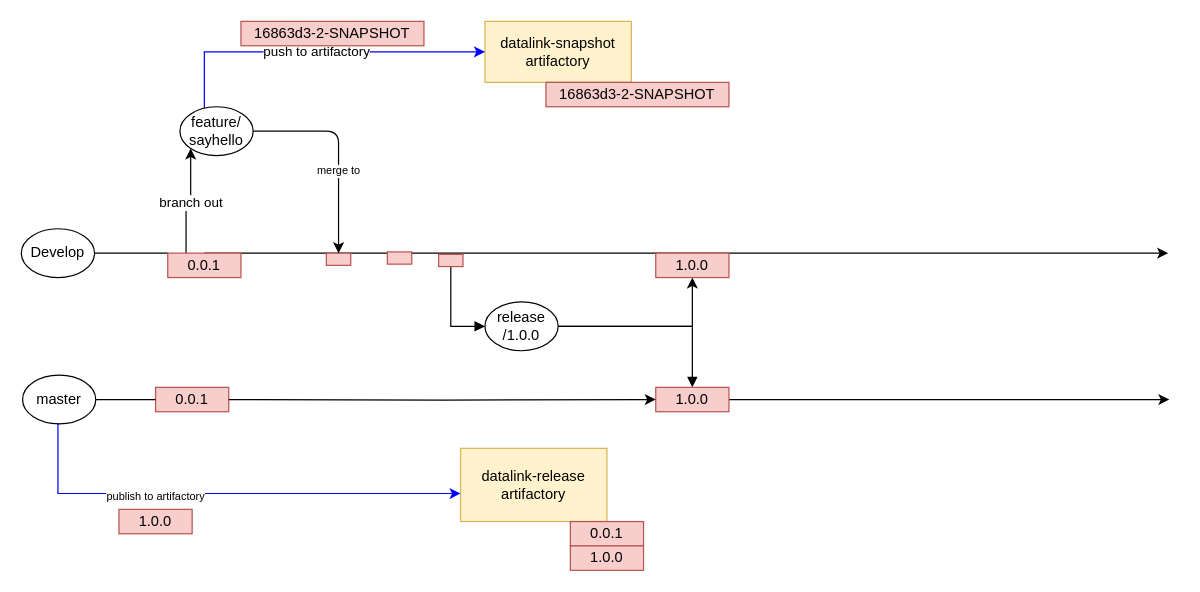
Above: SaaS-Test-Bdd-Datalink-Release.drawio in cjjian/Diagram (draw.io), before the change. Source tidied: cells renumbered, new cells numbered last; positions are measured from the earlier drawing's top-left corner, leaving out a move shared by most shapes. Both pictures are drawn from the tidied source at 122%, with x=0, y=0 at pixel (21, 21).
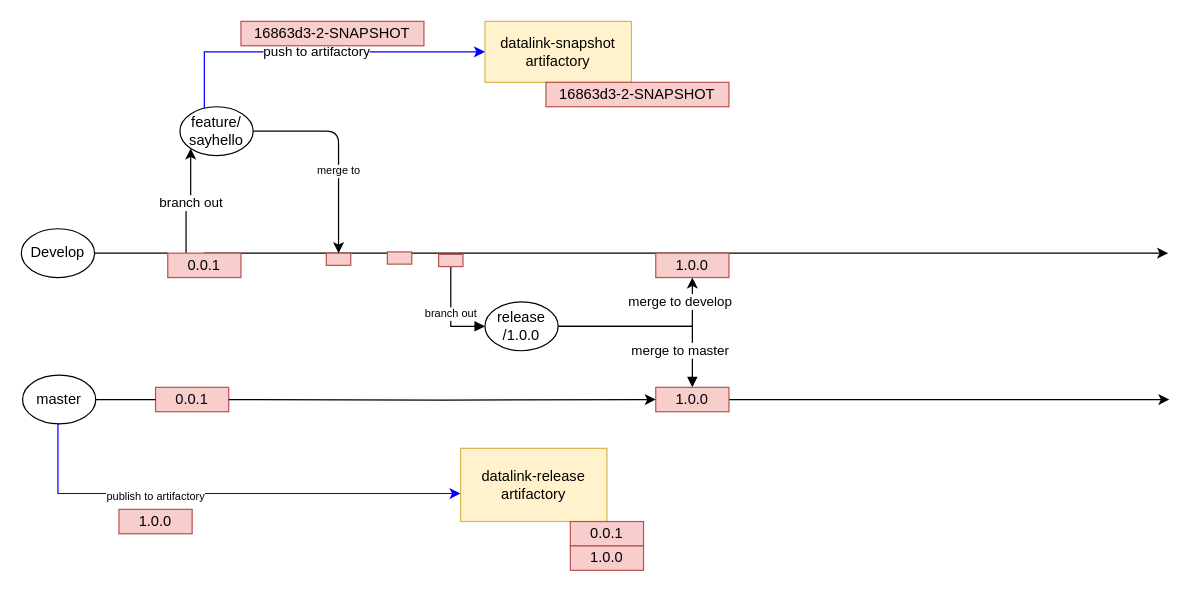
Above is the later version.

The change refers to these unchanged cells:
```xml
<mxCell id="6" value="release&lt;br&gt;/1.0.0" style="ellipse;whiteSpace=wrap;html=1;" parent="1" vertex="1">
  <mxGeometry x="380" y="230" width="60" height="40" as="geometry" />
</mxCell>
<mxCell id="22" value="1.0.0" style="text;html=1;strokeColor=#b85450;fillColor=#f8cecc;align=center;verticalAlign=middle;whiteSpace=wrap;rounded=0;" parent="1" vertex="1">
  <mxGeometry x="520" y="190" width="60" height="20" as="geometry" />
</mxCell>
<mxCell id="26" value="1.0.0" style="text;html=1;strokeColor=#b85450;fillColor=#f8cecc;align=center;verticalAlign=middle;whiteSpace=wrap;rounded=0;" parent="1" vertex="1">
  <mxGeometry x="520" y="300" width="60" height="20" as="geometry" />
</mxCell>
<mxCell id="33" style="text;html=1;strokeColor=#b85450;fillColor=#f8cecc;align=center;verticalAlign=middle;whiteSpace=wrap;rounded=0;" parent="1" vertex="1">
  <mxGeometry x="342" y="191" width="20" height="10" as="geometry" />
</mxCell>
```

Diff of the diagram source:
```diff
@@
-    <mxCell id="4" style="edgeStyle=orthogonalEdgeStyle;rounded=0;jettySize=auto;html=1;entryX=0.5;entryY=1;entryDx=0;entryDy=0;" parent="1" edge="1" source="6" target="22">
-      <mxGeometry relative="1" as="geometry" />
+    <mxCell id="4" value="merge to develop" style="edgeStyle=orthogonalEdgeStyle;rounded=0;jettySize=auto;html=1;entryX=0.5;entryY=1;entryDx=0;entryDy=0;" parent="1" edge="1" source="6" target="22">
+      <mxGeometry x="0.73" y="10" relative="1" as="geometry" />
     </mxCell>
-    <mxCell id="5" style="edgeStyle=orthogonalEdgeStyle;rounded=0;jettySize=auto;html=1;endArrow=block;endFill=1;strokeColor=#000000;fontSize=9;" parent="1" edge="1" source="6" target="26">
-      <mxGeometry relative="1" as="geometry" />
+    <mxCell id="5" value="merge to master" style="edgeStyle=orthogonalEdgeStyle;rounded=0;jettySize=auto;html=1;endArrow=block;endFill=1;strokeColor=#000000;fontSize=11;fontStyle=0;" parent="1" edge="1" source="6" target="26">
+      <mxGeometry x="0.25" y="-20" relative="1" as="geometry" />
     </mxCell>
@@
-    <mxCell id="20" style="edgeStyle=orthogonalEdgeStyle;rounded=0;jettySize=auto;html=1;entryX=0;entryY=0.5;entryDx=0;entryDy=0;endArrow=block;endFill=1;strokeColor=#000000;fontSize=9;exitX=0.5;exitY=1;exitDx=0;exitDy=0;" parent="1" edge="1" source="33" target="6">
+    <mxCell id="20" value="branch out" style="edgeStyle=orthogonalEdgeStyle;rounded=0;jettySize=auto;html=1;entryX=0;entryY=0.5;entryDx=0;entryDy=0;endArrow=block;endFill=1;strokeColor=#000000;fontSize=9;exitX=0.5;exitY=1;exitDx=0;exitDy=0;" parent="1" edge="1" source="33" target="6">
       <mxGeometry relative="1" as="geometry" />
     </mxCell>
```
